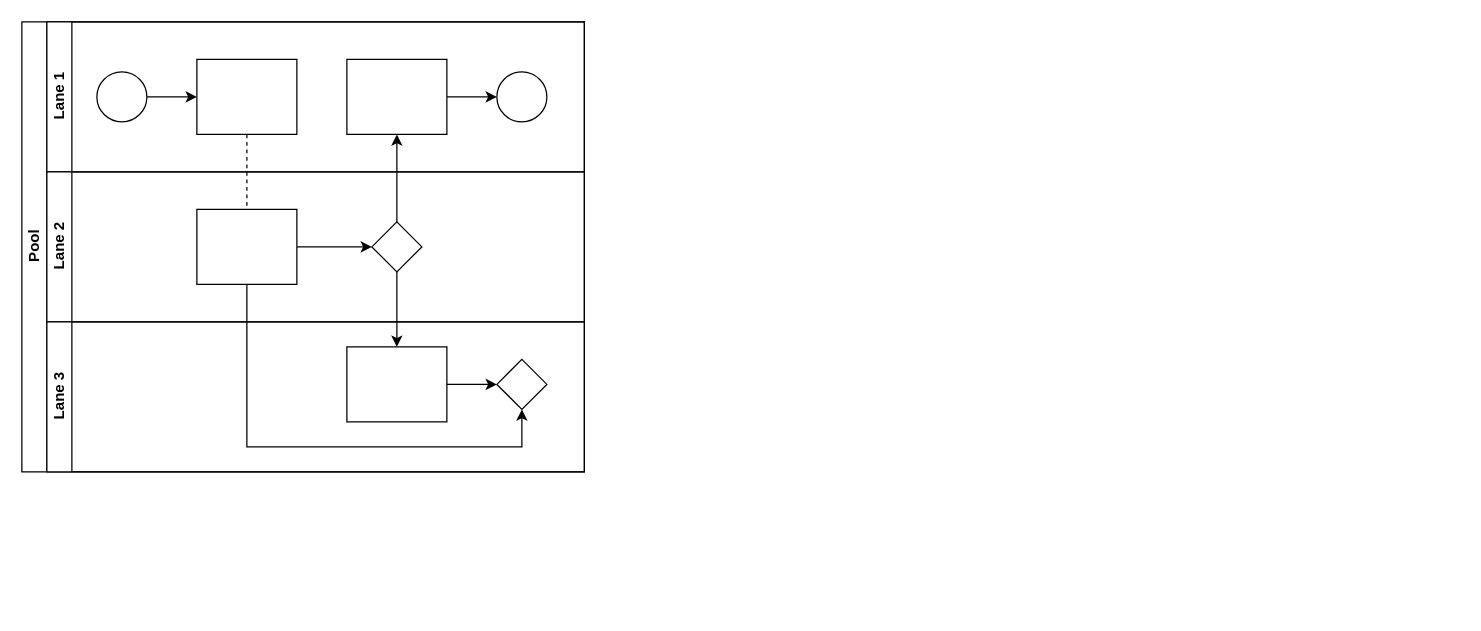
Earlier version of the draw.io diagram Untitled Diagram.drawio (praveenraj20/flexcub). Source tidied: cells renumbered, new cells numbered last; positions are measured from the earlier drawing's top-left corner, leaving out a move shared by most shapes. Both pictures are drawn from the tidied source at 125%, with x=0, y=0 at pixel (21, 21).
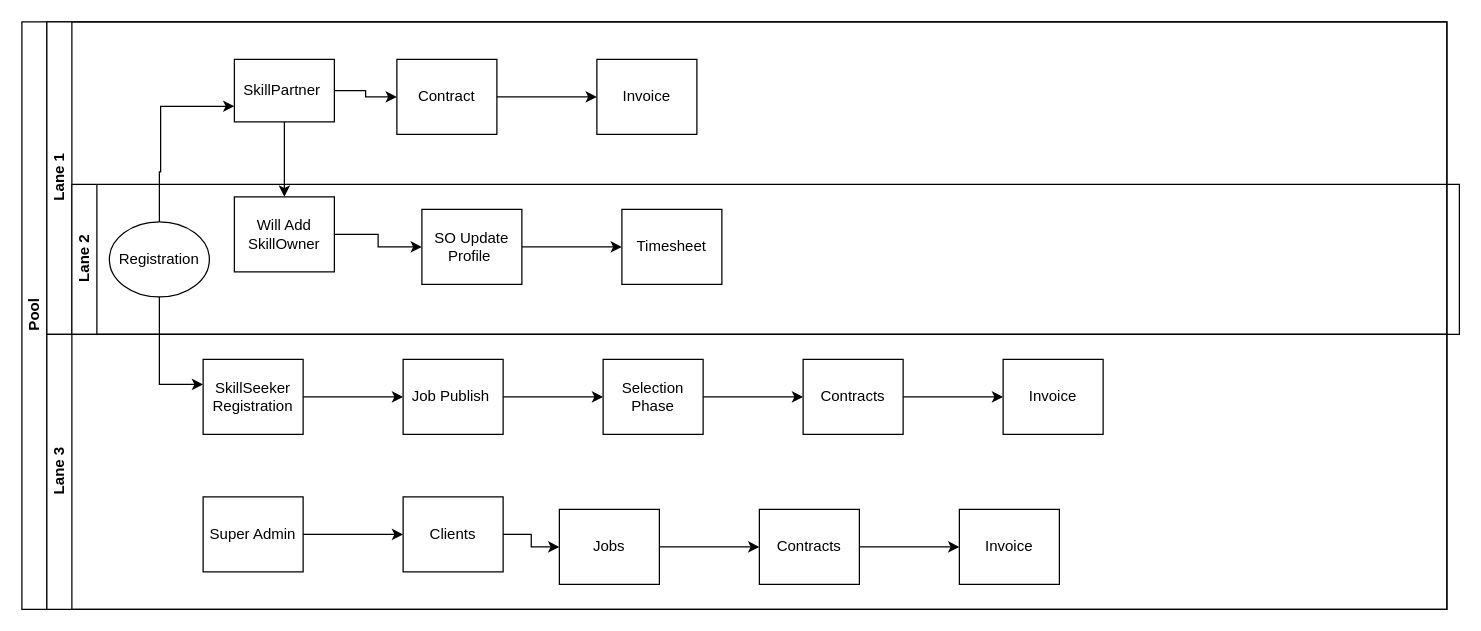
The same page after the edit.

What changed in the source:
```diff
@@
     <mxCell id="2" value="Pool" style="swimlane;html=1;horizontal=0;startSize=20;" parent="1" vertex="1">
-      <mxGeometry width="450" height="360" as="geometry" />
+      <mxGeometry width="1140" height="470" as="geometry" />
     </mxCell>
-    <mxCell id="3" style="edgeStyle=orthogonalEdgeStyle;rounded=0;jettySize=auto;html=1;dashed=1;endArrow=none;endFill=0;" parent="2" edge="1" source="10" target="16">
-      <mxGeometry relative="1" as="geometry" />
-    </mxCell>
-    <mxCell id="4" style="edgeStyle=orthogonalEdgeStyle;rounded=0;jettySize=auto;html=1;endArrow=classic;endFill=1;" parent="2" edge="1" source="17" target="12">
-      <mxGeometry relative="1" as="geometry" />
-    </mxCell>
-    <mxCell id="5" style="edgeStyle=orthogonalEdgeStyle;rounded=0;jettySize=auto;html=1;endArrow=classic;endFill=1;" parent="2" edge="1" source="17" target="20">
-      <mxGeometry relative="1" as="geometry" />
-    </mxCell>
-    <mxCell id="6" style="edgeStyle=orthogonalEdgeStyle;rounded=0;jettySize=auto;html=1;endArrow=classic;endFill=1;" parent="2" edge="1" source="16" target="21">
-      <mxGeometry relative="1" as="geometry">
-        <Array as="points">
-          <mxPoint x="180" y="340" />
-          <mxPoint x="400" y="340" />
-        </Array>
-      </mxGeometry>
-    </mxCell>
     <mxCell id="7" value="Lane 1" style="swimlane;html=1;startSize=20;horizontal=0;" parent="2" vertex="1">
-      <mxGeometry x="20" width="430" height="120" as="geometry" />
+      <mxGeometry x="20" width="1120" height="250" as="geometry" />
     </mxCell>
-    <mxCell id="8" style="edgeStyle=orthogonalEdgeStyle;rounded=0;jettySize=auto;html=1;" parent="7" edge="1" source="9" target="10">
-      <mxGeometry relative="1" as="geometry" />
-    </mxCell>
-    <mxCell id="9" style="ellipse;whiteSpace=wrap;html=1;" parent="7" vertex="1">
-      <mxGeometry x="40" y="40" width="40" height="40" as="geometry" />
-    </mxCell>
+    <mxCell id="22" style="edgeStyle=orthogonalEdgeStyle;rounded=0;jettySize=auto;html=1;exitX=1;exitY=0.5;exitDx=0;exitDy=0;entryX=0;entryY=0.5;entryDx=0;entryDy=0;" parent="7" edge="1" source="10" target="12">
+      <mxGeometry relative="1" as="geometry" />
+    </mxCell>
-    <mxCell id="10" style="rounded=0;whiteSpace=wrap;html=1;fontFamily=Helvetica;fontSize=12;fontColor=#000000;align=center;" parent="7" vertex="1">
-      <mxGeometry x="120" y="30" width="80" height="60" as="geometry" />
+    <mxCell id="10" value="SkillPartner&amp;nbsp;" style="rounded=0;whiteSpace=wrap;html=1;fontFamily=Helvetica;fontSize=12;fontColor=#000000;align=center;" parent="7" vertex="1">
+      <mxGeometry x="150" y="30" width="80" height="50" as="geometry" />
     </mxCell>
-    <mxCell id="11" style="edgeStyle=orthogonalEdgeStyle;rounded=0;jettySize=auto;html=1;endArrow=classic;endFill=1;" parent="7" edge="1" source="12" target="13">
-      <mxGeometry relative="1" as="geometry" />
-    </mxCell>
+    <mxCell id="23" style="edgeStyle=orthogonalEdgeStyle;rounded=0;jettySize=auto;html=1;" parent="7" edge="1" source="12" target="27">
+      <mxGeometry relative="1" as="geometry" />
+    </mxCell>
-    <mxCell id="12" style="rounded=0;whiteSpace=wrap;html=1;fontFamily=Helvetica;fontSize=12;fontColor=#000000;align=center;" parent="7" vertex="1">
-      <mxGeometry x="240" y="30" width="80" height="60" as="geometry" />
+    <mxCell id="12" value="Contract" style="rounded=0;whiteSpace=wrap;html=1;fontFamily=Helvetica;fontSize=12;fontColor=#000000;align=center;" parent="7" vertex="1">
+      <mxGeometry x="280" y="30" width="80" height="60" as="geometry" />
     </mxCell>
-    <mxCell id="13" style="ellipse;whiteSpace=wrap;html=1;" parent="7" vertex="1">
-      <mxGeometry x="360" y="40" width="40" height="40" as="geometry" />
-    </mxCell>
-    <mxCell id="14" value="Lane 2" style="swimlane;html=1;startSize=20;horizontal=0;" parent="2" vertex="1">
-      <mxGeometry x="20" y="120" width="430" height="120" as="geometry" />
+    <mxCell id="14" value="Lane 2" style="swimlane;html=1;startSize=20;horizontal=0;" parent="7" vertex="1">
+      <mxGeometry x="20" y="130" width="1110" height="120" as="geometry" />
     </mxCell>
-    <mxCell id="15" style="edgeStyle=orthogonalEdgeStyle;rounded=0;jettySize=auto;html=1;endArrow=classic;endFill=1;" parent="14" edge="1" source="16" target="17">
+    <mxCell id="15" style="edgeStyle=orthogonalEdgeStyle;rounded=0;jettySize=auto;html=1;endArrow=classic;endFill=1;entryX=0;entryY=0.5;entryDx=0;entryDy=0;" parent="14" edge="1" source="16" target="25">
       <mxGeometry relative="1" as="geometry" />
     </mxCell>
-    <mxCell id="16" style="rounded=0;whiteSpace=wrap;html=1;fontFamily=Helvetica;fontSize=12;fontColor=#000000;align=center;" parent="14" vertex="1">
-      <mxGeometry x="120" y="30" width="80" height="60" as="geometry" />
+    <mxCell id="16" value="Will Add SkillOwner" style="rounded=0;whiteSpace=wrap;html=1;fontFamily=Helvetica;fontSize=12;fontColor=#000000;align=center;" parent="14" vertex="1">
+      <mxGeometry x="130" y="10" width="80" height="60" as="geometry" />
     </mxCell>
-    <mxCell id="17" style="rhombus;whiteSpace=wrap;html=1;fontFamily=Helvetica;fontSize=12;fontColor=#000000;align=center;" parent="14" vertex="1">
-      <mxGeometry x="260" y="40" width="40" height="40" as="geometry" />
-    </mxCell>
+    <mxCell id="24" style="edgeStyle=orthogonalEdgeStyle;rounded=0;jettySize=auto;html=1;" parent="14" edge="1" source="25" target="26">
+      <mxGeometry relative="1" as="geometry" />
+    </mxCell>
+    <mxCell id="25" value="SO Update Profile&amp;nbsp;" style="rounded=0;whiteSpace=wrap;html=1;fontFamily=Helvetica;fontSize=12;fontColor=#000000;align=center;" parent="14" vertex="1">
+      <mxGeometry x="280" y="20" width="80" height="60" as="geometry" />
+    </mxCell>
+    <mxCell id="26" value="Timesheet" style="rounded=0;whiteSpace=wrap;html=1;fontFamily=Helvetica;fontSize=12;fontColor=#000000;align=center;" parent="14" vertex="1">
+      <mxGeometry x="440" y="20" width="80" height="60" as="geometry" />
+    </mxCell>
+    <mxCell id="9" value="Registration" style="ellipse;whiteSpace=wrap;html=1;" parent="14" vertex="1">
+      <mxGeometry x="30" y="30" width="80" height="60" as="geometry" />
+    </mxCell>
+    <mxCell id="27" value="Invoice" style="rounded=0;whiteSpace=wrap;html=1;fontFamily=Helvetica;fontSize=12;fontColor=#000000;align=center;" parent="7" vertex="1">
+      <mxGeometry x="440" y="30" width="80" height="60" as="geometry" />
+    </mxCell>
+    <mxCell id="3" style="endArrow=classic;html=1;rounded=0;exitX=0.5;exitY=1;exitDx=0;exitDy=0;" parent="7" edge="1" source="10" target="16">
+      <mxGeometry relative="1" as="geometry" />
+    </mxCell>
+    <mxCell id="8" style="edgeStyle=orthogonalEdgeStyle;rounded=0;jettySize=auto;html=1;entryX=0;entryY=0.75;entryDx=0;entryDy=0;" parent="7" edge="1" source="9" target="10">
+      <mxGeometry relative="1" as="geometry">
+        <Array as="points">
+          <mxPoint x="90" y="120" />
+          <mxPoint x="91" y="120" />
+          <mxPoint x="91" y="68" />
+        </Array>
+      </mxGeometry>
+    </mxCell>
     <mxCell id="18" value="Lane 3" style="swimlane;html=1;startSize=20;horizontal=0;" parent="2" vertex="1">
-      <mxGeometry x="20" y="240" width="430" height="120" as="geometry" />
+      <mxGeometry x="20" y="250" width="1120" height="220" as="geometry" />
     </mxCell>
-    <mxCell id="19" style="edgeStyle=orthogonalEdgeStyle;rounded=0;jettySize=auto;html=1;endArrow=classic;endFill=1;" parent="18" edge="1" source="20" target="21">
-      <mxGeometry relative="1" as="geometry" />
+    <mxCell id="19" style="edgeStyle=orthogonalEdgeStyle;rounded=0;orthogonalLoop=1;jettySize=auto;html=1;endArrow=classic;endFill=1;" parent="18" edge="1">
+      <mxGeometry relative="1" as="geometry">
+        <mxPoint x="320" y="50" as="sourcePoint" />
+        <mxPoint x="360" y="50" as="targetPoint" />
+      </mxGeometry>
     </mxCell>
-    <mxCell id="20" style="rounded=0;whiteSpace=wrap;html=1;fontFamily=Helvetica;fontSize=12;fontColor=#000000;align=center;" parent="18" vertex="1">
-      <mxGeometry x="240" y="20" width="80" height="60" as="geometry" />
-    </mxCell>
-    <mxCell id="21" style="rhombus;whiteSpace=wrap;html=1;fontFamily=Helvetica;fontSize=12;fontColor=#000000;align=center;" parent="18" vertex="1">
-      <mxGeometry x="360" y="30" width="40" height="40" as="geometry" />
-    </mxCell>
+    <mxCell id="28" style="edgeStyle=orthogonalEdgeStyle;rounded=0;jettySize=auto;html=1;" parent="18" edge="1" source="29" target="31">
+      <mxGeometry relative="1" as="geometry" />
+    </mxCell>
+    <mxCell id="29" value="SkillSeeker Registration" style="rounded=0;whiteSpace=wrap;html=1;fontFamily=Helvetica;fontSize=12;fontColor=#000000;align=center;" parent="18" vertex="1">
+      <mxGeometry x="125" y="20" width="80" height="60" as="geometry" />
+    </mxCell>
+    <mxCell id="30" style="edgeStyle=orthogonalEdgeStyle;rounded=0;jettySize=auto;html=1;" parent="18" edge="1" source="31" target="33">
+      <mxGeometry relative="1" as="geometry" />
+    </mxCell>
+    <mxCell id="31" value="Job Publish&amp;nbsp;" style="rounded=0;whiteSpace=wrap;html=1;fontFamily=Helvetica;fontSize=12;fontColor=#000000;align=center;" parent="18" vertex="1">
+      <mxGeometry x="285" y="20" width="80" height="60" as="geometry" />
+    </mxCell>
+    <mxCell id="32" style="edgeStyle=orthogonalEdgeStyle;rounded=0;jettySize=auto;html=1;" parent="18" edge="1" source="33" target="35">
+      <mxGeometry relative="1" as="geometry" />
+    </mxCell>
+    <mxCell id="33" value="Selection Phase" style="rounded=0;whiteSpace=wrap;html=1;fontFamily=Helvetica;fontSize=12;fontColor=#000000;align=center;" parent="18" vertex="1">
+      <mxGeometry x="445" y="20" width="80" height="60" as="geometry" />
+    </mxCell>
+    <mxCell id="34" style="edgeStyle=orthogonalEdgeStyle;rounded=0;jettySize=auto;html=1;" parent="18" edge="1" source="35" target="36">
+      <mxGeometry relative="1" as="geometry" />
+    </mxCell>
+    <mxCell id="35" value="Contracts" style="rounded=0;whiteSpace=wrap;html=1;fontFamily=Helvetica;fontSize=12;fontColor=#000000;align=center;" parent="18" vertex="1">
+      <mxGeometry x="605" y="20" width="80" height="60" as="geometry" />
+    </mxCell>
+    <mxCell id="36" value="Invoice" style="rounded=0;whiteSpace=wrap;html=1;fontFamily=Helvetica;fontSize=12;fontColor=#000000;align=center;" parent="18" vertex="1">
+      <mxGeometry x="765" y="20" width="80" height="60" as="geometry" />
+    </mxCell>
+    <mxCell id="37" style="edgeStyle=orthogonalEdgeStyle;rounded=0;jettySize=auto;html=1;" parent="18" edge="1" source="38" target="39">
+      <mxGeometry relative="1" as="geometry" />
+    </mxCell>
+    <mxCell id="38" value="Super Admin" style="rounded=0;whiteSpace=wrap;html=1;fontFamily=Helvetica;fontSize=12;fontColor=#000000;align=center;" parent="18" vertex="1">
+      <mxGeometry x="125" y="130" width="80" height="60" as="geometry" />
+    </mxCell>
+    <mxCell id="39" value="Clients" style="rounded=0;whiteSpace=wrap;html=1;fontFamily=Helvetica;fontSize=12;fontColor=#000000;align=center;" parent="18" vertex="1">
+      <mxGeometry x="285" y="130" width="80" height="60" as="geometry" />
+    </mxCell>
+    <mxCell id="40" style="edgeStyle=orthogonalEdgeStyle;rounded=0;jettySize=auto;html=1;" parent="18" edge="1" source="41" target="44">
+      <mxGeometry relative="1" as="geometry" />
+    </mxCell>
+    <mxCell id="41" value="Jobs" style="rounded=0;whiteSpace=wrap;html=1;fontFamily=Helvetica;fontSize=12;fontColor=#000000;align=center;" parent="18" vertex="1">
+      <mxGeometry x="410" y="140" width="80" height="60" as="geometry" />
+    </mxCell>
+    <mxCell id="42" style="edgeStyle=orthogonalEdgeStyle;rounded=0;jettySize=auto;html=1;" parent="18" edge="1" source="39" target="41">
+      <mxGeometry relative="1" as="geometry" />
+    </mxCell>
+    <mxCell id="43" style="edgeStyle=orthogonalEdgeStyle;rounded=0;jettySize=auto;html=1;" parent="18" edge="1" source="44" target="45">
+      <mxGeometry relative="1" as="geometry" />
+    </mxCell>
+    <mxCell id="44" value="Contracts" style="rounded=0;whiteSpace=wrap;html=1;fontFamily=Helvetica;fontSize=12;fontColor=#000000;align=center;" parent="18" vertex="1">
+      <mxGeometry x="570" y="140" width="80" height="60" as="geometry" />
+    </mxCell>
+    <mxCell id="45" value="Invoice" style="rounded=0;whiteSpace=wrap;html=1;fontFamily=Helvetica;fontSize=12;fontColor=#000000;align=center;" parent="18" vertex="1">
+      <mxGeometry x="730" y="140" width="80" height="60" as="geometry" />
+    </mxCell>
+    <mxCell id="46" style="edgeStyle=orthogonalEdgeStyle;rounded=0;jettySize=auto;html=1;" parent="2" edge="1" source="9" target="29">
+      <mxGeometry relative="1" as="geometry">
+        <Array as="points">
+          <mxPoint x="110" y="290" />
+        </Array>
+      </mxGeometry>
+    </mxCell>
```
